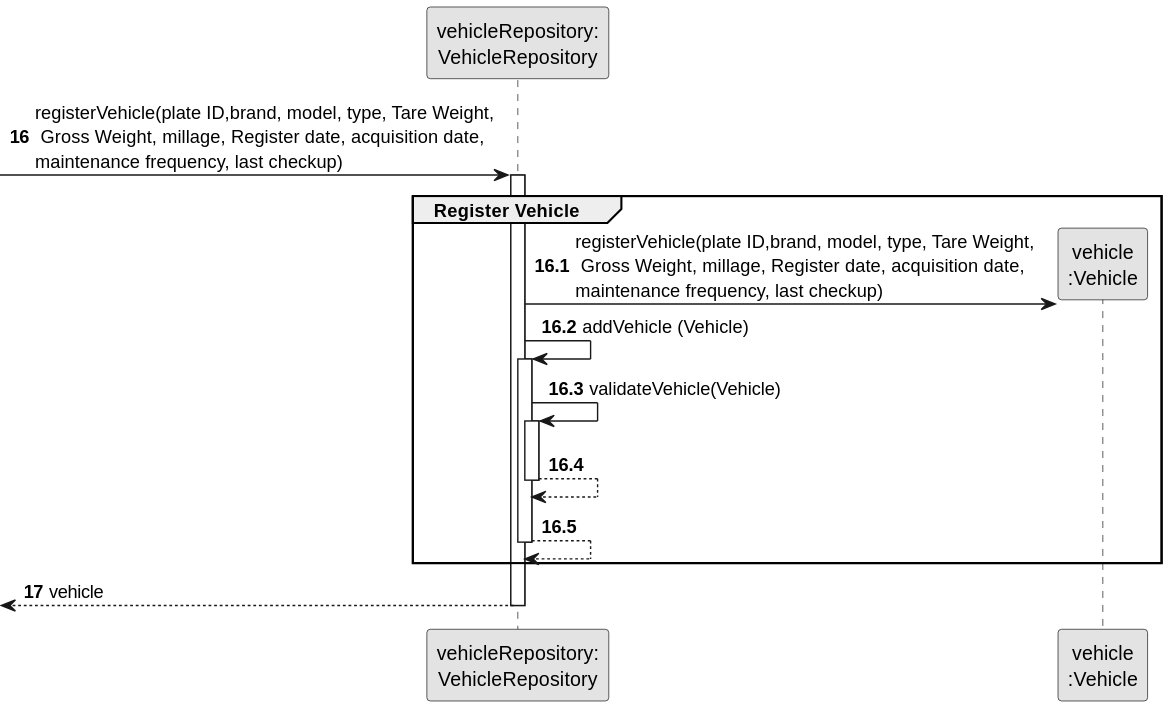
Before: docs/sprintB/us006/03.design/svg/us006-sequence-diagram-partial-register-vehicle.svg, a diagram exported from PlantUML (SAEmanuel/Green_Spaces_Management_ISEP).
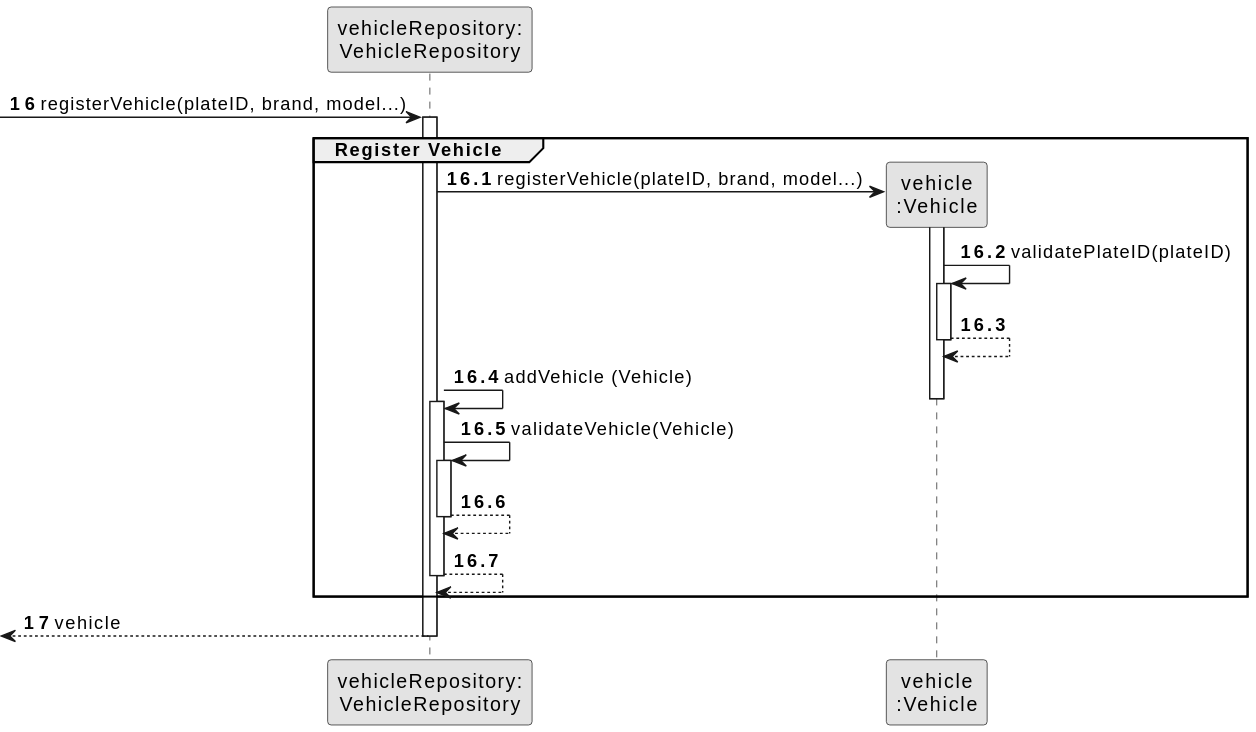
Above is the later version.

Diff of the diagram source:
```diff
@@ -4,17 +4,27 @@
 skinparam shadowing false
 
 participant "vehicleRepository:\nVehicleRepository" as ORG
-participant "vehicle\n:Vehicle" as TAREFA
+participant "vehicle\n:Vehicle" as VEICULO
 
 autonumber 16
--> ORG: registerVehicle(plate ID,brand, model, type, Tare Weight,\n Gross Weight, millage, Register date, acquisition date,\nmaintenance frequency, last checkup)
+-> ORG: registerVehicle(plateID, brand, model...)
 
 autonumber 16.1
 activate ORG
     group Register Vehicle
 
-        ORG -> TAREFA**: registerVehicle(plate ID,brand, model, type, Tare Weight,\n Gross Weight, millage, Register date, acquisition date,\nmaintenance frequency, last checkup)
+        ORG -> VEICULO**: registerVehicle(plateID, brand, model...)
+       activate VEICULO
+
+        VEICULO -> VEICULO : validatePlateID(plateID)
+        activate VEICULO
+
+        VEICULO --> VEICULO
+        deactivate VEICULO
+
+
         ORG -> ORG: addVehicle (Vehicle)
+        deactivate VEICULO
 
         activate ORG
             ORG -> ORG: validateVehicle(Vehicle)
```
